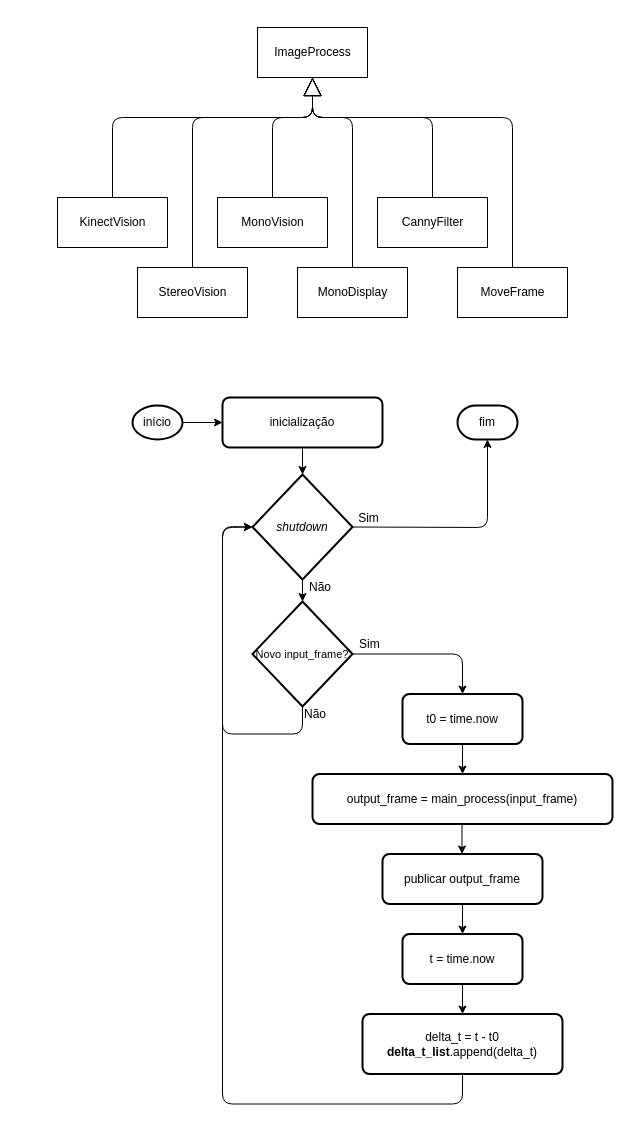
Earlier version of the draw.io diagram diagramas/image_process.drawio (bydansouza/ifscTCC). Source tidied: cells renumbered, new cells numbered last; positions are measured from the earlier drawing's top-left corner, leaving out a move shared by most shapes. Both pictures are drawn from the tidied source at 100%, with x=0, y=0 at pixel (57, 27).
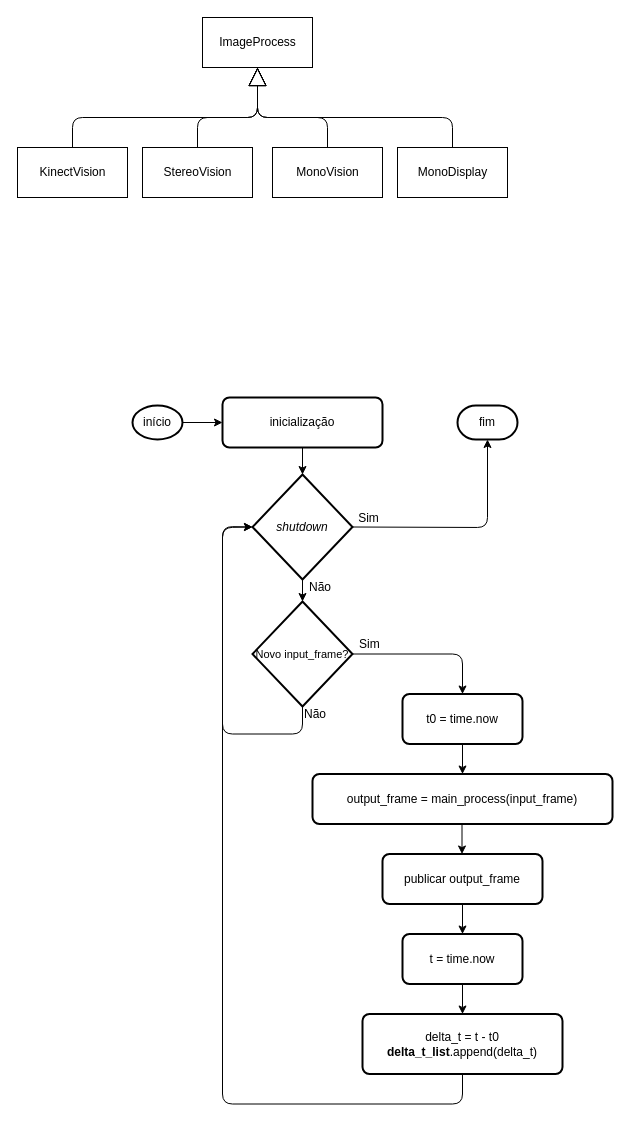
The same page after the edit.

Diff of the diagram source:
```diff
@@
     <mxCell id="2" value="ImageProcess" style="html=1;" parent="1" vertex="1">
-      <mxGeometry x="200" width="110" height="50" as="geometry" />
+      <mxGeometry x="145" y="-10" width="110" height="50" as="geometry" />
     </mxCell>
     <mxCell id="3" value="KinectVision" style="html=1;" parent="1" vertex="1">
-      <mxGeometry y="170" width="110" height="50" as="geometry" />
+      <mxGeometry x="-40" y="120" width="110" height="50" as="geometry" />
     </mxCell>
-    <mxCell id="4" value="CannyFilter" style="html=1;" parent="1" vertex="1">
-      <mxGeometry x="320" y="170" width="110" height="50" as="geometry" />
-    </mxCell>
     <mxCell id="5" value="MonoVision" style="html=1;" parent="1" vertex="1">
-      <mxGeometry x="160" y="170" width="110" height="50" as="geometry" />
+      <mxGeometry x="215" y="120" width="110" height="50" as="geometry" />
     </mxCell>
     <mxCell id="6" value="MonoDisplay" style="html=1;" parent="1" vertex="1">
-      <mxGeometry x="240" y="240" width="110" height="50" as="geometry" />
+      <mxGeometry x="340" y="120" width="110" height="50" as="geometry" />
     </mxCell>
     <mxCell id="7" style="endArrow=block;endSize=16;endFill=0;html=1;exitX=0.5;exitY=0;exitDx=0;exitDy=0;entryX=0.5;entryY=1;entryDx=0;entryDy=0;" parent="1" edge="1" source="3" target="2">
       <mxGeometry relative="1" as="geometry">
         <Array as="points">
-          <mxPoint x="55" y="90" />
-          <mxPoint x="255" y="90" />
+          <mxPoint x="15" y="90" />
+          <mxPoint x="200" y="90" />
         </Array>
       </mxGeometry>
     </mxCell>
     <mxCell id="8" value="StereoVision" style="html=1;" parent="1" vertex="1">
-      <mxGeometry x="80" y="240" width="110" height="50" as="geometry" />
+      <mxGeometry x="85" y="120" width="110" height="50" as="geometry" />
     </mxCell>
     <mxCell id="9" style="endArrow=block;endSize=16;endFill=0;html=1;exitX=0.5;exitY=0;exitDx=0;exitDy=0;entryX=0.5;entryY=1;entryDx=0;entryDy=0;" parent="1" edge="1" source="5" target="2">
       <mxGeometry relative="1" as="geometry">
         <Array as="points">
-          <mxPoint x="215" y="90" />
-          <mxPoint x="255" y="90" />
+          <mxPoint x="270" y="90" />
+          <mxPoint x="200" y="90" />
         </Array>
       </mxGeometry>
     </mxCell>
-    <mxCell id="10" style="endArrow=block;endSize=16;endFill=0;html=1;exitX=0.5;exitY=0;exitDx=0;exitDy=0;entryX=0.5;entryY=1;entryDx=0;entryDy=0;" parent="1" edge="1" source="4" target="2">
-      <mxGeometry relative="1" as="geometry">
-        <Array as="points">
-          <mxPoint x="375" y="90" />
-          <mxPoint x="255" y="90" />
-        </Array>
-      </mxGeometry>
-    </mxCell>
     <mxCell id="11" style="endArrow=block;endSize=16;endFill=0;html=1;entryX=0.5;entryY=1;entryDx=0;entryDy=0;exitX=0.5;exitY=0;exitDx=0;exitDy=0;" parent="1" edge="1" source="8" target="2">
       <mxGeometry relative="1" as="geometry">
         <Array as="points">
-          <mxPoint x="135" y="90" />
-          <mxPoint x="255" y="90" />
+          <mxPoint x="140" y="90" />
+          <mxPoint x="200" y="90" />
         </Array>
       </mxGeometry>
     </mxCell>
     <mxCell id="12" style="endArrow=block;endSize=16;endFill=0;html=1;entryX=0.5;entryY=1;entryDx=0;entryDy=0;exitX=0.5;exitY=0;exitDx=0;exitDy=0;" parent="1" edge="1" source="6" target="2">
       <mxGeometry relative="1" as="geometry">
         <Array as="points">
-          <mxPoint x="295" y="90" />
-          <mxPoint x="255" y="90" />
+          <mxPoint x="395" y="90" />
+          <mxPoint x="200" y="90" />
         </Array>
       </mxGeometry>
     </mxCell>
-    <mxCell id="13" value="MoveFrame" style="html=1;" parent="1" vertex="1">
-      <mxGeometry x="400" y="240" width="110" height="50" as="geometry" />
-    </mxCell>
-    <mxCell id="14" style="endArrow=block;endSize=16;endFill=0;html=1;exitX=0.5;exitY=0;exitDx=0;exitDy=0;entryX=0.5;entryY=1;entryDx=0;entryDy=0;" parent="1" edge="1" source="13" target="2">
-      <mxGeometry relative="1" as="geometry">
-        <Array as="points">
-          <mxPoint x="455" y="90" />
-          <mxPoint x="255" y="90" />
-        </Array>
-      </mxGeometry>
-    </mxCell>
```
